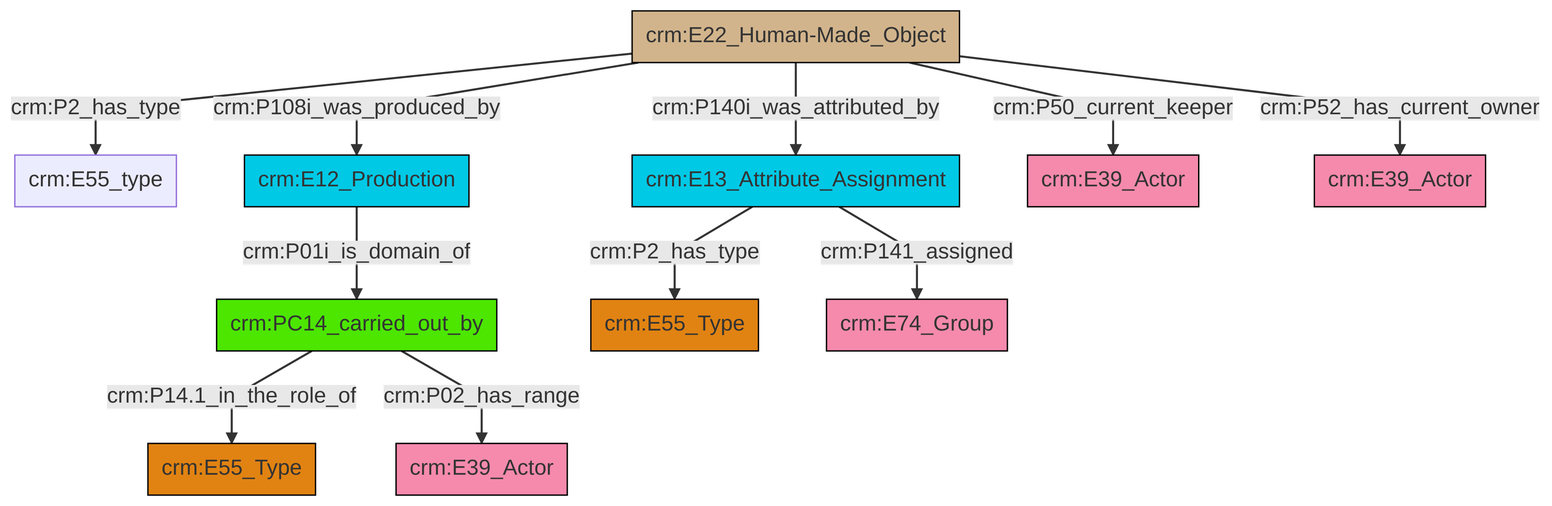
The Mermaid diagram et/artworkCSV/ttl/mmd/png/Artwork_Actor_Relations.png in swiss-art-research-net/reference-data-models, before a commit. Its source is kept beside it as et/artworkCSV/ttl/mmd/Artwork_Actor_Relations.ttl.mmd.
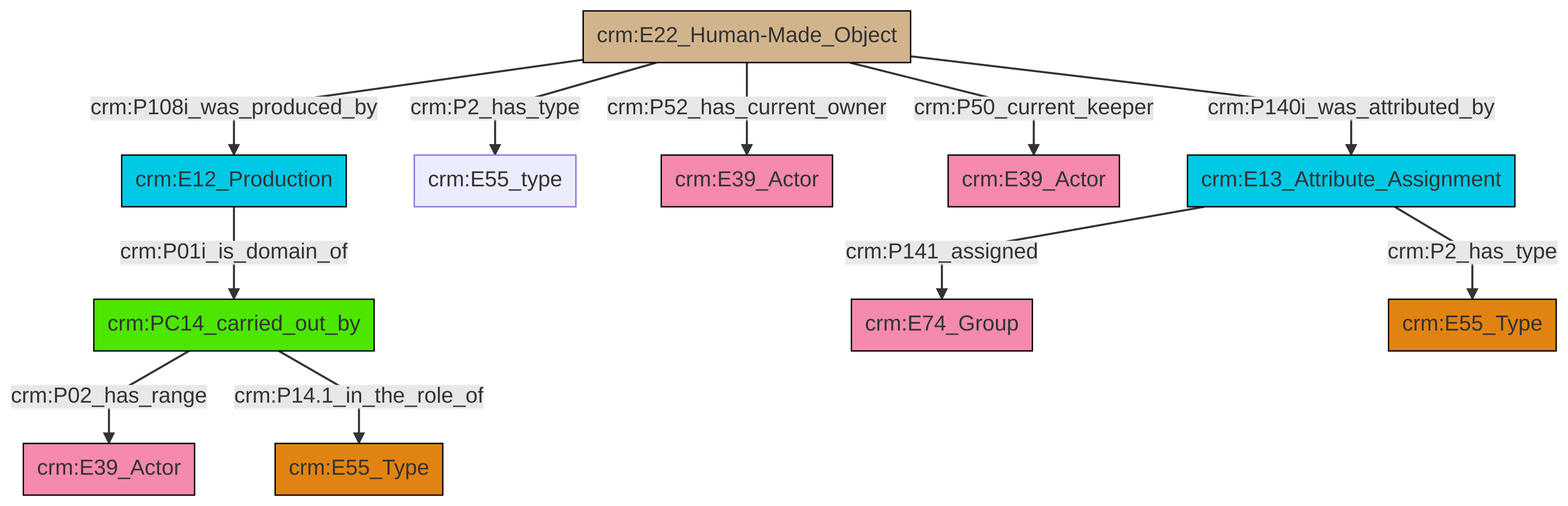
Later version of the same file.

Change to the diagram source:
```diff
@@ -13,13 +13,13 @@
 classDef PC_Classes fill:#4ce600, stroke:#000000;
 classDef Multi fill:#cccccc,stroke:#000000;
 
-2["crm:E22_Human-Made_Object"]:::Physical_Thing -->|crm:P140i_was_attributed_by| 3["crm:E13_Attribute_Assignment"]:::Temporal_Entity
-5["crm:PC14_carried_out_by"]:::PC_Classes -->|crm:P14.1_in_the_role_of| 6["crm:E55_Type"]:::Type
-2["crm:E22_Human-Made_Object"]:::Physical_Thing -->|crm:P108i_was_produced_by| 11["crm:E12_Production"]:::Temporal_Entity
-3["crm:E13_Attribute_Assignment"]:::Temporal_Entity -->|crm:P2_has_type| 13["crm:E55_Type"]:::Type
-11["crm:E12_Production"]:::Temporal_Entity -->|crm:P01i_is_domain_of| 5["crm:PC14_carried_out_by"]:::PC_Classes
-3["crm:E13_Attribute_Assignment"]:::Temporal_Entity -->|crm:P141_assigned| 15["crm:E74_Group"]:::Actor
-2["crm:E22_Human-Made_Object"]:::Physical_Thing -->|crm:P52_has_current_owner| 21["crm:E39_Actor"]:::Actor
-2["crm:E22_Human-Made_Object"]:::Physical_Thing -->|crm:P2_has_type| 0["crm:E55_type"]:::Default
-5["crm:PC14_carried_out_by"]:::PC_Classes -->|crm:P02_has_range| 9["crm:E39_Actor"]:::Actor
-2["crm:E22_Human-Made_Object"]:::Physical_Thing -->|crm:P50_current_keeper| 18["crm:E39_Actor"]:::Actor
+8["crm:E12_Production"]:::Temporal_Entity -->|crm:P01i_is_domain_of| 0["crm:PC14_carried_out_by"]:::PC_Classes
+6["crm:E22_Human-Made_Object"]:::Physical_Thing -->|crm:P108i_was_produced_by| 8["crm:E12_Production"]:::Temporal_Entity
+0["crm:PC14_carried_out_by"]:::PC_Classes -->|crm:P02_has_range| 19["crm:E39_Actor"]:::Actor
+20["crm:E13_Attribute_Assignment"]:::Temporal_Entity -->|crm:P2_has_type| 4["crm:E55_Type"]:::Type
+6["crm:E22_Human-Made_Object"]:::Physical_Thing -->|crm:P50_current_keeper| 16["crm:E39_Actor"]:::Actor
+6["crm:E22_Human-Made_Object"]:::Physical_Thing -->|crm:P52_has_current_owner| 13["crm:E39_Actor"]:::Actor
+6["crm:E22_Human-Made_Object"]:::Physical_Thing -->|crm:P2_has_type| 11["crm:E55_type"]:::Default
+20["crm:E13_Attribute_Assignment"]:::Temporal_Entity -->|crm:P141_assigned| 2["crm:E74_Group"]:::Actor
+0["crm:PC14_carried_out_by"]:::PC_Classes -->|crm:P14.1_in_the_role_of| 9["crm:E55_Type"]:::Type
+6["crm:E22_Human-Made_Object"]:::Physical_Thing -->|crm:P140i_was_attributed_by| 20["crm:E13_Attribute_Assignment"]:::Temporal_Entity
```
